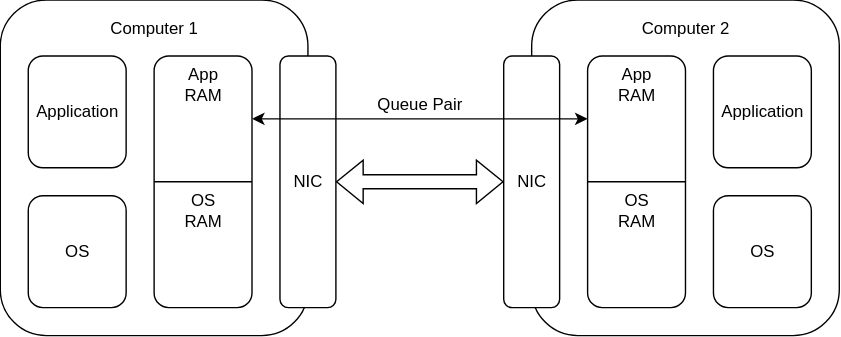
This is rdma.svg from StephanSpengler/research-presentation, a draw.io export, as it was before one commit. Source tidied: cells renumbered, new cells last; positions are measured from the earlier drawing's top-left corner, leaving out a move shared by most shapes. The source it was exported from:
```xml
<mxGraphModel>
  <root>
    <mxCell id="0" />
    <mxCell id="1" parent="0" />
    <mxCell id="2" style="rounded=1;whiteSpace=wrap;html=1;" parent="1" vertex="1">
      <mxGeometry width="220" height="240" as="geometry" />
    </mxCell>
    <mxCell id="3" value="OS" style="rounded=1;whiteSpace=wrap;html=1;" parent="1" vertex="1">
      <mxGeometry x="20" y="140" width="70" height="80" as="geometry" />
    </mxCell>
    <mxCell id="4" value="Application" style="rounded=1;whiteSpace=wrap;html=1;" parent="1" vertex="1">
      <mxGeometry x="20" y="40" width="70" height="80" as="geometry" />
    </mxCell>
    <mxCell id="5" style="rounded=1;whiteSpace=wrap;html=1;" parent="1" vertex="1">
      <mxGeometry x="110" y="40" width="70" height="180" as="geometry" />
    </mxCell>
    <mxCell id="6" value="NIC" style="rounded=1;whiteSpace=wrap;html=1;" parent="1" vertex="1">
      <mxGeometry x="200" y="40" width="40" height="180" as="geometry" />
    </mxCell>
    <mxCell id="7" value="Computer 1" style="text;html=1;whiteSpace=wrap;strokeColor=none;fillColor=none;align=center;verticalAlign=middle;rounded=0;" parent="1" vertex="1">
      <mxGeometry width="220" height="40" as="geometry" />
    </mxCell>
    <mxCell id="8" style="endArrow=none;html=1;rounded=0;entryX=0;entryY=0.5;entryDx=0;entryDy=0;exitX=1;exitY=0.5;exitDx=0;exitDy=0;" parent="1" edge="1" source="5" target="5">
      <mxGeometry relative="1" as="geometry" />
    </mxCell>
    <mxCell id="9" value="App&lt;div&gt;RAM&lt;/div&gt;" style="text;html=1;whiteSpace=wrap;strokeColor=none;fillColor=none;align=center;verticalAlign=middle;rounded=0;" parent="1" vertex="1">
      <mxGeometry x="110" y="40" width="70" height="40" as="geometry" />
    </mxCell>
    <mxCell id="10" value="OS&lt;br&gt;RAM" style="text;html=1;whiteSpace=wrap;strokeColor=none;fillColor=none;align=center;verticalAlign=middle;rounded=0;" parent="1" vertex="1">
      <mxGeometry x="110" y="130" width="70" height="40" as="geometry" />
    </mxCell>
    <mxCell id="11" style="rounded=1;whiteSpace=wrap;html=1;" parent="1" vertex="1">
      <mxGeometry x="380" width="220" height="240" as="geometry" />
    </mxCell>
    <mxCell id="12" value="NIC" style="rounded=1;whiteSpace=wrap;html=1;" parent="1" vertex="1">
      <mxGeometry x="360" y="40" width="40" height="180" as="geometry" />
    </mxCell>
    <mxCell id="13" value="Computer 2" style="text;html=1;whiteSpace=wrap;strokeColor=none;fillColor=none;align=center;verticalAlign=middle;rounded=0;" parent="1" vertex="1">
      <mxGeometry x="380" width="220" height="40" as="geometry" />
    </mxCell>
    <mxCell id="14" style="shape=flexArrow;endArrow=classic;startArrow=classic;html=1;rounded=0;entryX=0;entryY=0.5;entryDx=0;entryDy=0;exitX=1;exitY=0.5;exitDx=0;exitDy=0;" parent="1" edge="1" source="6" target="12">
      <mxGeometry relative="1" as="geometry" />
    </mxCell>
    <mxCell id="15" value="OS" style="rounded=1;whiteSpace=wrap;html=1;" parent="1" vertex="1">
      <mxGeometry x="510" y="140" width="70" height="80" as="geometry" />
    </mxCell>
    <mxCell id="16" value="Application" style="rounded=1;whiteSpace=wrap;html=1;" parent="1" vertex="1">
      <mxGeometry x="510" y="40" width="70" height="80" as="geometry" />
    </mxCell>
    <mxCell id="17" style="rounded=1;whiteSpace=wrap;html=1;" parent="1" vertex="1">
      <mxGeometry x="420" y="40" width="70" height="180" as="geometry" />
    </mxCell>
    <mxCell id="18" style="endArrow=none;html=1;rounded=0;entryX=0;entryY=0.5;entryDx=0;entryDy=0;exitX=1;exitY=0.5;exitDx=0;exitDy=0;" parent="1" edge="1" source="17" target="17">
      <mxGeometry relative="1" as="geometry" />
    </mxCell>
    <mxCell id="19" value="App&lt;div&gt;RAM&lt;/div&gt;" style="text;html=1;whiteSpace=wrap;strokeColor=none;fillColor=none;align=center;verticalAlign=middle;rounded=0;" parent="1" vertex="1">
      <mxGeometry x="420" y="40" width="70" height="40" as="geometry" />
    </mxCell>
    <mxCell id="20" value="OS&lt;br&gt;RAM" style="text;html=1;whiteSpace=wrap;strokeColor=none;fillColor=none;align=center;verticalAlign=middle;rounded=0;" parent="1" vertex="1">
      <mxGeometry x="420" y="130" width="70" height="40" as="geometry" />
    </mxCell>
    <mxCell id="21" style="endArrow=classic;startArrow=classic;html=1;rounded=0;exitX=1;exitY=0.25;exitDx=0;exitDy=0;entryX=0;entryY=0.25;entryDx=0;entryDy=0;" parent="1" edge="1" source="5" target="17">
      <mxGeometry relative="1" as="geometry" />
    </mxCell>
    <mxCell id="22" value="Queue Pair" style="text;html=1;whiteSpace=wrap;strokeColor=none;fillColor=none;align=center;verticalAlign=middle;rounded=0;" parent="1" vertex="1">
      <mxGeometry x="260" y="60" width="80" height="30" as="geometry" />
    </mxCell>
  </root>
</mxGraphModel>
```
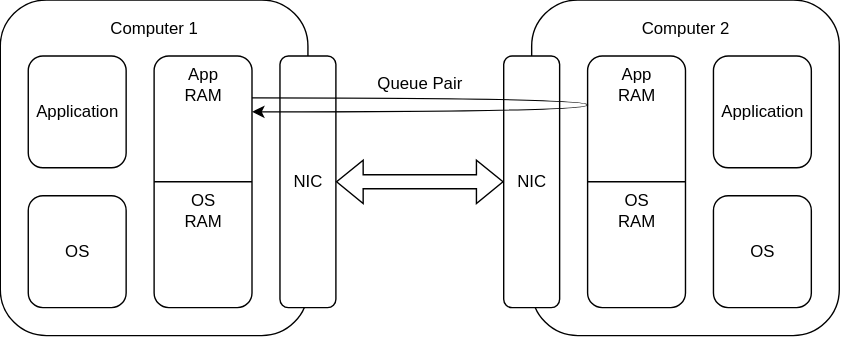
The same diagram one commit later.

Commit message:
rest of RDMA and summary

What changed in the source:
```diff
@@ -59,11 +59,18 @@
     <mxCell id="20" value="OS&lt;br&gt;RAM" style="text;html=1;whiteSpace=wrap;strokeColor=none;fillColor=none;align=center;verticalAlign=middle;rounded=0;" parent="1" vertex="1">
       <mxGeometry x="420" y="130" width="70" height="40" as="geometry" />
     </mxCell>
-    <mxCell id="21" style="endArrow=classic;startArrow=classic;html=1;rounded=0;exitX=1;exitY=0.25;exitDx=0;exitDy=0;entryX=0;entryY=0.25;entryDx=0;entryDy=0;" parent="1" edge="1" source="5" target="17">
-      <mxGeometry relative="1" as="geometry" />
-    </mxCell>
     <mxCell id="22" value="Queue Pair" style="text;html=1;whiteSpace=wrap;strokeColor=none;fillColor=none;align=center;verticalAlign=middle;rounded=0;" parent="1" vertex="1">
-      <mxGeometry x="260" y="60" width="80" height="30" as="geometry" />
+      <mxGeometry x="260" y="40" width="80" height="40" as="geometry" />
     </mxCell>
+    <mxCell id="23" style="curved=1;endArrow=classic;html=1;rounded=0;" parent="1" edge="1">
+      <mxGeometry relative="1" as="geometry">
+        <mxPoint x="180" y="70" as="sourcePoint" />
+        <mxPoint x="180" y="80" as="targetPoint" />
+        <Array as="points">
+          <mxPoint x="420" y="70" />
+          <mxPoint x="420" y="80" />
+        </Array>
+      </mxGeometry>
+    </mxCell>
   </root>
 </mxGraphModel>
```
